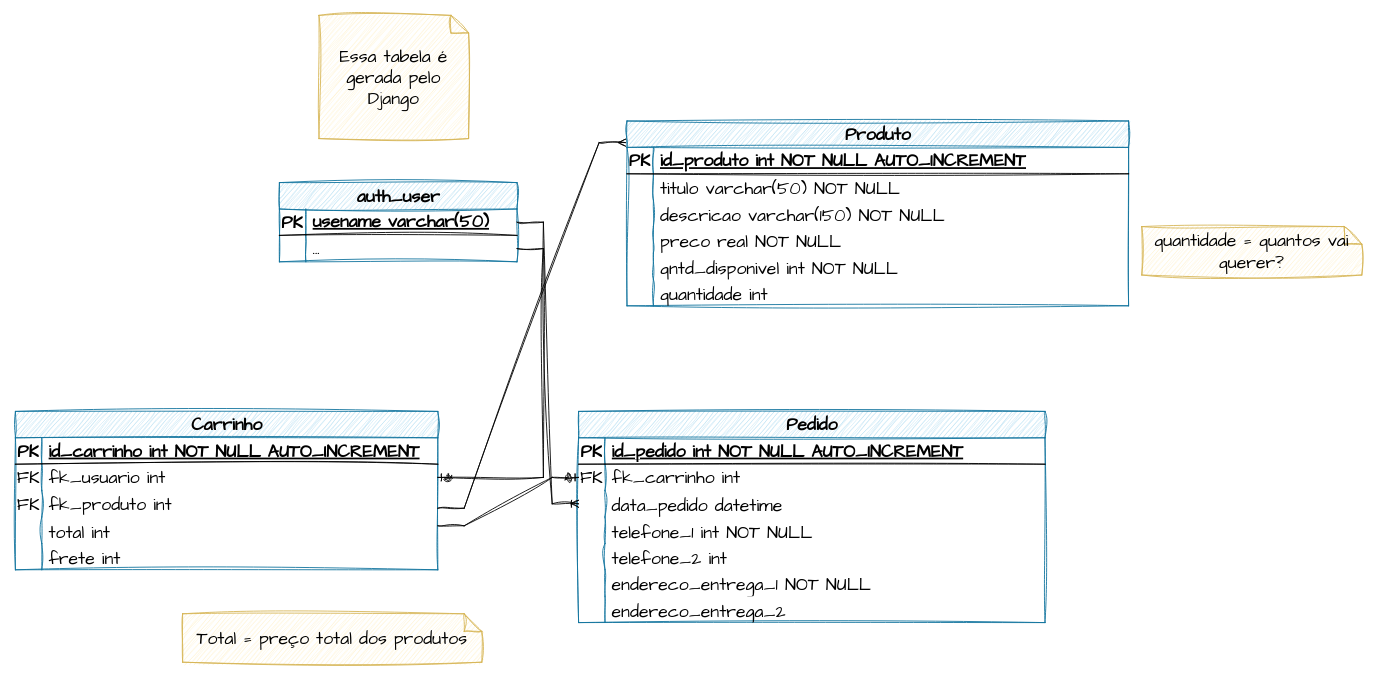
This is docs/DER.drawio from rafaelngoncalves5/classewatches, a draw.io file, before an edit. Source tidied: cells renumbered, new cells numbered last; positions are measured from the earlier drawing's top-left corner, leaving out a move shared by most shapes. Both pictures are drawn from the tidied source at 88%, with x=0, y=0 at pixel (15, 15).
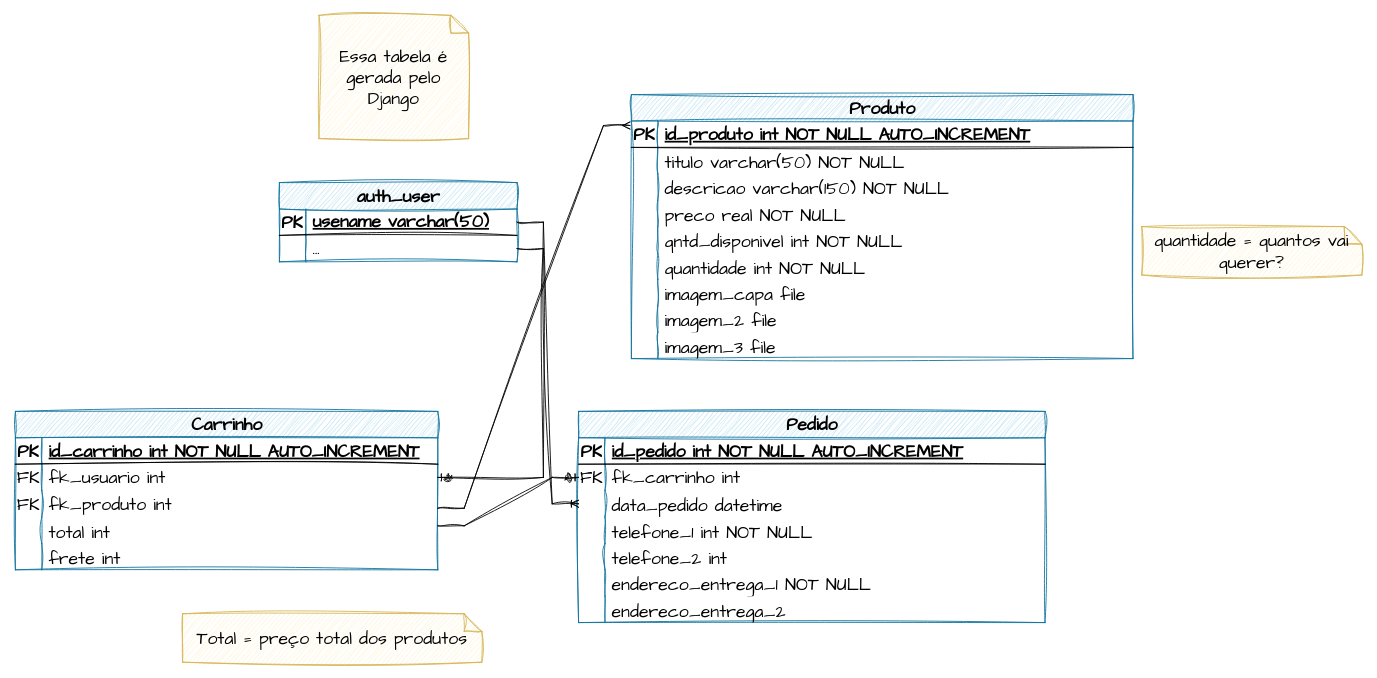
The same page after the edit.

Unchanged cells that the change refers to:
```xml
<mxCell id="18" style="shape=tableRow;horizontal=0;startSize=0;swimlaneHead=0;swimlaneBody=0;fillColor=none;top=0;left=0;right=0;bottom=0;sketch=1;hachureGap=4;jiggle=2;curveFitting=1;fontFamily=Architects Daughter;fontSize=20;" parent="2" vertex="1">
  <mxGeometry y="180" width="570" height="30" as="geometry" />
</mxCell>
```

Change to the diagram source:
```diff
@@
     <mxCell id="2" value="&lt;font color=&quot;#000000&quot;&gt;Produto&lt;/font&gt;" style="shape=table;startSize=30;childLayout=tableLayout;rowLines=0;fontStyle=1;align=center;html=1;sketch=1;hachureGap=4;jiggle=2;curveFitting=1;fontFamily=Architects Daughter;fontSize=20;fillColor=#b1ddf0;strokeColor=#10739e;" parent="1" vertex="1">
-      <mxGeometry x="695" y="120" width="570" height="210" as="geometry" />
+      <mxGeometry x="700" y="90" width="570" height="300" as="geometry" />
     </mxCell>
@@
-    <mxCell id="20" value="quantidade int" style="shape=partialRectangle;fillColor=none;top=0;left=0;bottom=0;right=0;align=left;spacingLeft=6;overflow=hidden;sketch=1;hachureGap=4;jiggle=2;curveFitting=1;fontFamily=Architects Daughter;fontSize=20;" parent="18" vertex="1">
+    <mxCell id="20" value="quantidade int NOT NULL" style="shape=partialRectangle;fillColor=none;top=0;left=0;bottom=0;right=0;align=left;spacingLeft=6;overflow=hidden;sketch=1;hachureGap=4;jiggle=2;curveFitting=1;fontFamily=Architects Daughter;fontSize=20;" parent="18" vertex="1">
       <mxGeometry x="30" width="540" height="30" as="geometry" />
     </mxCell>
+    <mxCell id="75" style="shape=tableRow;horizontal=0;startSize=0;swimlaneHead=0;swimlaneBody=0;fillColor=none;top=0;left=0;right=0;bottom=0;sketch=1;hachureGap=4;jiggle=2;curveFitting=1;fontFamily=Architects Daughter;fontSize=20;" parent="2" vertex="1">
+      <mxGeometry y="210" width="570" height="30" as="geometry" />
+    </mxCell>
+    <mxCell id="76" style="shape=partialRectangle;fillColor=none;top=0;left=0;bottom=0;right=0;overflow=hidden;sketch=1;hachureGap=4;jiggle=2;curveFitting=1;fontFamily=Architects Daughter;fontSize=20;" parent="75" vertex="1">
+      <mxGeometry width="30" height="30" as="geometry" />
+    </mxCell>
+    <mxCell id="77" value="imagem_capa file" style="shape=partialRectangle;fillColor=none;top=0;left=0;bottom=0;right=0;align=left;spacingLeft=6;overflow=hidden;sketch=1;hachureGap=4;jiggle=2;curveFitting=1;fontFamily=Architects Daughter;fontSize=20;" parent="75" vertex="1">
+      <mxGeometry x="30" width="540" height="30" as="geometry" />
+    </mxCell>
+    <mxCell id="78" style="shape=tableRow;horizontal=0;startSize=0;swimlaneHead=0;swimlaneBody=0;fillColor=none;top=0;left=0;right=0;bottom=0;sketch=1;hachureGap=4;jiggle=2;curveFitting=1;fontFamily=Architects Daughter;fontSize=20;" parent="2" vertex="1">
+      <mxGeometry y="240" width="570" height="30" as="geometry" />
+    </mxCell>
+    <mxCell id="79" style="shape=partialRectangle;fillColor=none;top=0;left=0;bottom=0;right=0;overflow=hidden;sketch=1;hachureGap=4;jiggle=2;curveFitting=1;fontFamily=Architects Daughter;fontSize=20;" parent="78" vertex="1">
+      <mxGeometry width="30" height="30" as="geometry" />
+    </mxCell>
+    <mxCell id="80" value="imagem_2 file" style="shape=partialRectangle;fillColor=none;top=0;left=0;bottom=0;right=0;align=left;spacingLeft=6;overflow=hidden;sketch=1;hachureGap=4;jiggle=2;curveFitting=1;fontFamily=Architects Daughter;fontSize=20;" parent="78" vertex="1">
+      <mxGeometry x="30" width="540" height="30" as="geometry" />
+    </mxCell>
+    <mxCell id="81" style="shape=tableRow;horizontal=0;startSize=0;swimlaneHead=0;swimlaneBody=0;fillColor=none;top=0;left=0;right=0;bottom=0;sketch=1;hachureGap=4;jiggle=2;curveFitting=1;fontFamily=Architects Daughter;fontSize=20;" parent="2" vertex="1">
+      <mxGeometry y="270" width="570" height="30" as="geometry" />
+    </mxCell>
+    <mxCell id="82" style="shape=partialRectangle;fillColor=none;top=0;left=0;bottom=0;right=0;overflow=hidden;sketch=1;hachureGap=4;jiggle=2;curveFitting=1;fontFamily=Architects Daughter;fontSize=20;" parent="81" vertex="1">
+      <mxGeometry width="30" height="30" as="geometry" />
+    </mxCell>
+    <mxCell id="83" value="imagem_3 file" style="shape=partialRectangle;fillColor=none;top=0;left=0;bottom=0;right=0;align=left;spacingLeft=6;overflow=hidden;sketch=1;hachureGap=4;jiggle=2;curveFitting=1;fontFamily=Architects Daughter;fontSize=20;" parent="81" vertex="1">
+      <mxGeometry x="30" width="540" height="30" as="geometry" />
+    </mxCell>
```
